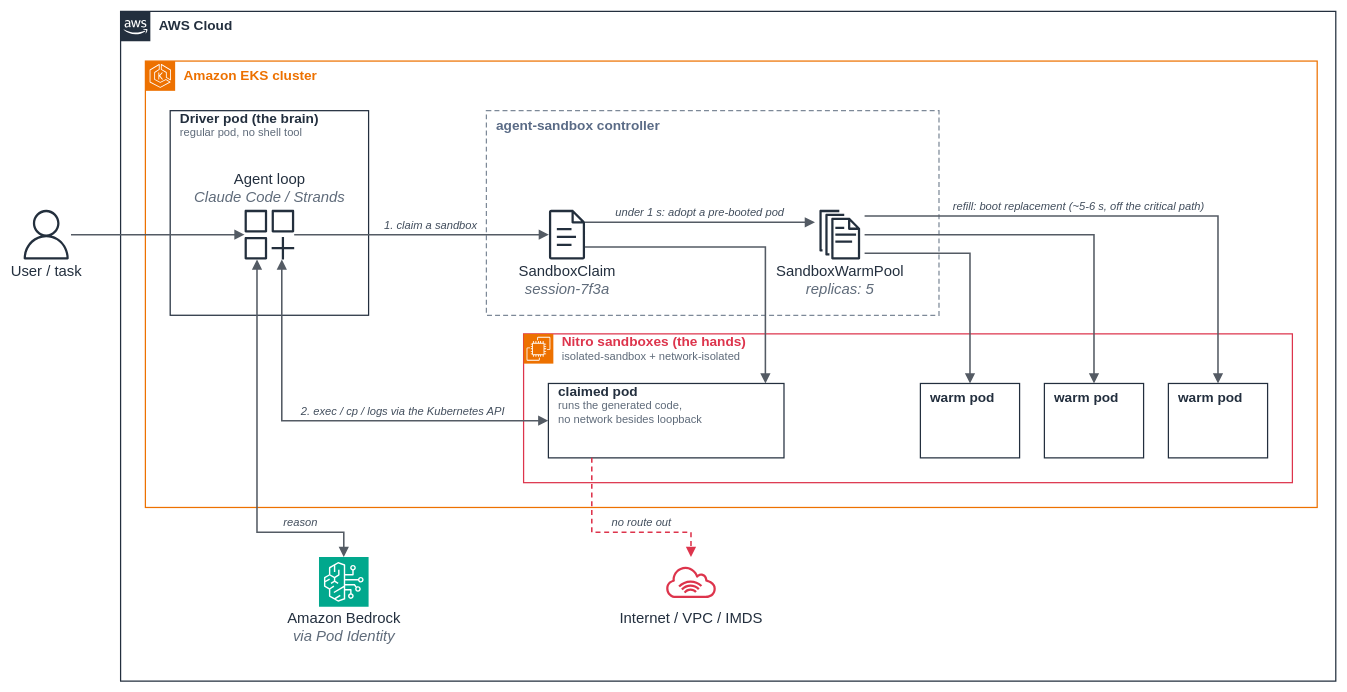
aws-samples/sample-eks-nitro-sandbox keeps this draw.io diagram as examples/getting-started/warm-pool/images/figure-3-warm-pool.drawio. Above is the earlier version. Source tidied: cells renumbered, new cells numbered last; positions are measured from the earlier drawing's top-left corner, leaving out a move shared by most shapes. Both pictures are drawn from the tidied source at 62%, with x=0, y=0 at pixel (21, 11).
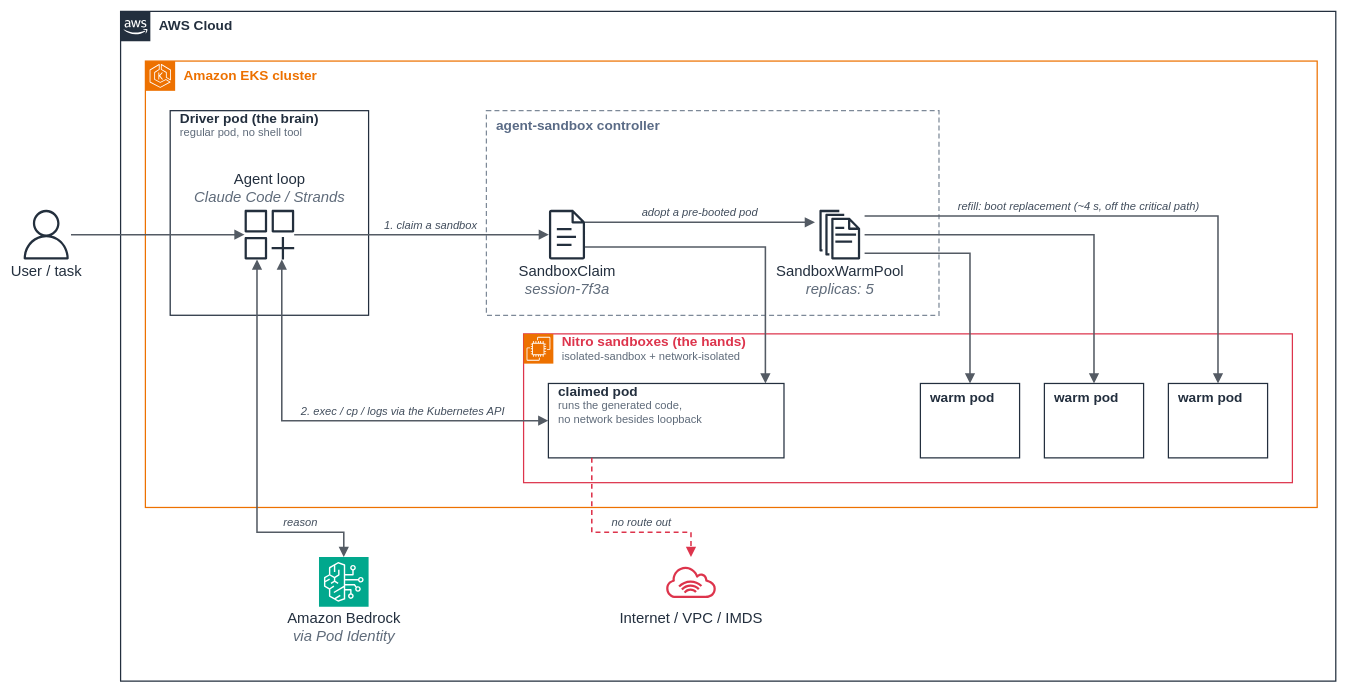
Above is the later version.

Commit message (it also covers changes not shown here):
warm-pool: bump agent-sandbox to v1.0.10 (#178)

Unchanged cells that the change refers to:
```xml
<mxCell id="3" value="&lt;div style=&quot;font-size:22px;line-height:26.40px&quot;&gt;Amazon EKS cluster&lt;/div&gt;" style="rounded=0;html=1;whiteSpace=nowrap;strokeColor=#ED7100;fillColor=none;strokeWidth=2;dashed=0;verticalAlign=top;align=left;spacing=0;spacingLeft=62;spacingTop=6.417;fontSize=14;fontStyle=1;fontColor=#ED7100;fontFamily=Arial,Helvetica,sans-serif;" parent="2" vertex="1">
  <mxGeometry x="40" y="80" width="1890" height="720" as="geometry" />
</mxCell>
<mxCell id="6" value="&lt;div style=&quot;font-size:22px;line-height:26.40px&quot;&gt;agent-sandbox controller&lt;/div&gt;" style="rounded=0;html=1;whiteSpace=nowrap;strokeColor=#7D8998;fillColor=none;strokeWidth=2;dashed=1;dashPattern=8 5;fixDash=1;verticalAlign=top;align=left;spacing=0;spacingLeft=16;spacingTop=6.417;fontSize=14;fontStyle=1;fontColor=#5A6B86;fontFamily=Arial,Helvetica,sans-serif;" parent="3" vertex="1">
  <mxGeometry x="550" y="80" width="730" height="330" as="geometry" />
</mxCell>
<mxCell id="12" value="&lt;div style=&quot;font-size:22px;line-height:26.40px&quot;&gt;warm pod&lt;/div&gt;" style="rounded=0;html=1;whiteSpace=nowrap;strokeColor=#232F3E;fillColor=none;strokeWidth=2;dashed=0;verticalAlign=top;align=left;spacing=0;spacingLeft=16;spacingTop=6.417;fontSize=14;fontStyle=1;fontColor=#232F3E;fontFamily=Arial,Helvetica,sans-serif;" parent="7" vertex="1">
  <mxGeometry x="1040" y="80" width="160" height="120" as="geometry" />
</mxCell>
<mxCell id="25" value="&lt;div style=&quot;line-height:28.80px&quot;&gt;SandboxClaim&lt;/div&gt;&lt;div style=&quot;line-height:27.20px&quot;&gt;&lt;i&gt;&lt;span style=&quot;color:#5F6B7A&quot;&gt;session-7f3a&lt;/span&gt;&lt;/i&gt;&lt;/div&gt;" style="sketch=0;outlineConnect=0;gradientColor=none;fillColor=#232F3D;strokeColor=none;dashed=0;verticalLabelPosition=bottom;verticalAlign=top;align=center;html=1;shape=mxgraph.aws4.document;spacing=0;spacingTop=-0.436;fontSize=24;fontColor=#232F3E;fontStyle=0;fontFamily=Arial,Helvetica,sans-serif;" parent="6" vertex="1">
  <mxGeometry x="90" y="160" width="80" height="80" as="geometry" />
</mxCell>
<mxCell id="26" value="&lt;div style=&quot;line-height:28.80px&quot;&gt;SandboxWarmPool&lt;/div&gt;&lt;div style=&quot;line-height:27.20px&quot;&gt;&lt;i&gt;&lt;span style=&quot;color:#5F6B7A&quot;&gt;replicas: 5&lt;/span&gt;&lt;/i&gt;&lt;/div&gt;" style="sketch=0;outlineConnect=0;gradientColor=none;fillColor=#232F3D;strokeColor=none;dashed=0;verticalLabelPosition=bottom;verticalAlign=top;align=center;html=1;shape=mxgraph.aws4.documents;spacing=0;spacingTop=-0.436;fontSize=24;fontColor=#232F3E;fontStyle=0;fontFamily=Arial,Helvetica,sans-serif;" parent="6" vertex="1">
  <mxGeometry x="530" y="160" width="80" height="80" as="geometry" />
</mxCell>
```

What changed in the source:
```diff
@@
-    <mxCell id="16" value="under 1 s: adopt a pre-booted pod" style="edgeStyle=orthogonalEdgeStyle;rounded=0;html=1;strokeColor=#545B64;strokeWidth=2.5;dashed=0;endArrow=block;endFill=1;endSize=10;startArrow=none;startFill=1;startSize=10;exitX=1;exitY=0.25;exitDx=0;exitDy=0;exitPerimeter=0;entryX=0;entryY=0.25;entryDx=-7.16;entryDy=0;entryPerimeter=0;fontSize=18;fontStyle=2;fontColor=#414D5C;fontFamily=Arial,Helvetica,sans-serif;align=center;verticalAlign=middle;spacing=0;labelBackgroundColor=none;" parent="6" edge="1" source="25" target="26">
+    <mxCell id="16" value="adopt a pre-booted pod" style="edgeStyle=orthogonalEdgeStyle;rounded=0;html=1;strokeColor=#545B64;strokeWidth=2.5;dashed=0;endArrow=block;endFill=1;endSize=10;startArrow=none;startFill=1;startSize=10;exitX=1;exitY=0.25;exitDx=0;exitDy=0;exitPerimeter=0;entryX=0;entryY=0.25;entryDx=-7.16;entryDy=0;entryPerimeter=0;fontSize=18;fontStyle=2;fontColor=#414D5C;fontFamily=Arial,Helvetica,sans-serif;align=center;verticalAlign=middle;spacing=0;labelBackgroundColor=none;" parent="6" edge="1" source="25" target="26">
       <mxGeometry relative="1" as="geometry">
         <mxPoint y="-15" as="offset" />
       </mxGeometry>
     </mxCell>
@@
-    <mxCell id="19" value="refill: boot replacement (~5-6 s, off the critical path)" style="edgeStyle=orthogonalEdgeStyle;rounded=0;html=1;strokeColor=#545B64;strokeWidth=2.5;dashed=0;endArrow=block;endFill=1;endSize=10;startArrow=none;startFill=1;startSize=10;exitX=1;exitY=0.125;exitDx=7.16;exitDy=0;exitPerimeter=0;entryX=0.5;entryY=0;entryDx=0;entryDy=0;entryPerimeter=0;fontSize=18;fontStyle=2;fontColor=#414D5C;fontFamily=Arial,Helvetica,sans-serif;align=center;verticalAlign=middle;spacing=0;labelBackgroundColor=none;" parent="3" edge="1" source="26" target="12">
+    <mxCell id="19" value="refill: boot replacement (~4 s, off the critical path)" style="edgeStyle=orthogonalEdgeStyle;rounded=0;html=1;strokeColor=#545B64;strokeWidth=2.5;dashed=0;endArrow=block;endFill=1;endSize=10;startArrow=none;startFill=1;startSize=10;exitX=1;exitY=0.125;exitDx=7.16;exitDy=0;exitPerimeter=0;entryX=0.5;entryY=0;entryDx=0;entryDy=0;entryPerimeter=0;fontSize=18;fontStyle=2;fontColor=#414D5C;fontFamily=Arial,Helvetica,sans-serif;align=center;verticalAlign=middle;spacing=0;labelBackgroundColor=none;" parent="3" edge="1" source="26" target="12">
       <mxGeometry relative="1" as="geometry">
         <Array as="points">
           <mxPoint x="1730" y="250" />
         </Array>
         <mxPoint x="-75" y="-15" as="offset" />
       </mxGeometry>
     </mxCell>
```
